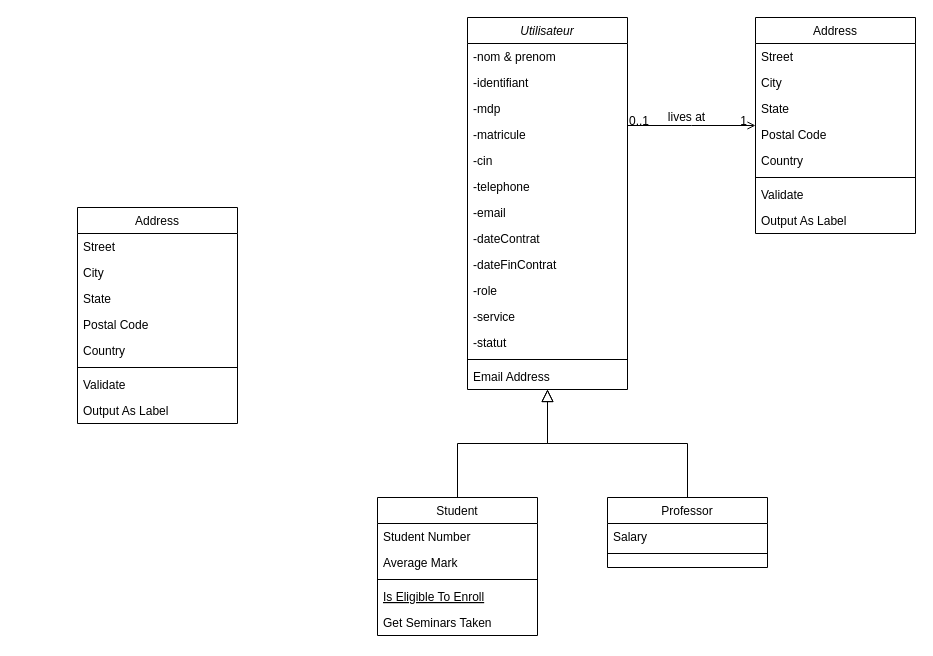
Earlier version of the draw.io diagram ClassDiagram.drawio (BARIGOU-Imane/Gestion-des-Ordres-de-Mission). Source tidied: cells renumbered, new cells numbered last; positions are measured from the earlier drawing's top-left corner, leaving out a move shared by most shapes. Both pictures are drawn from the tidied source at 100%, with x=0, y=0 at pixel (77, 17).
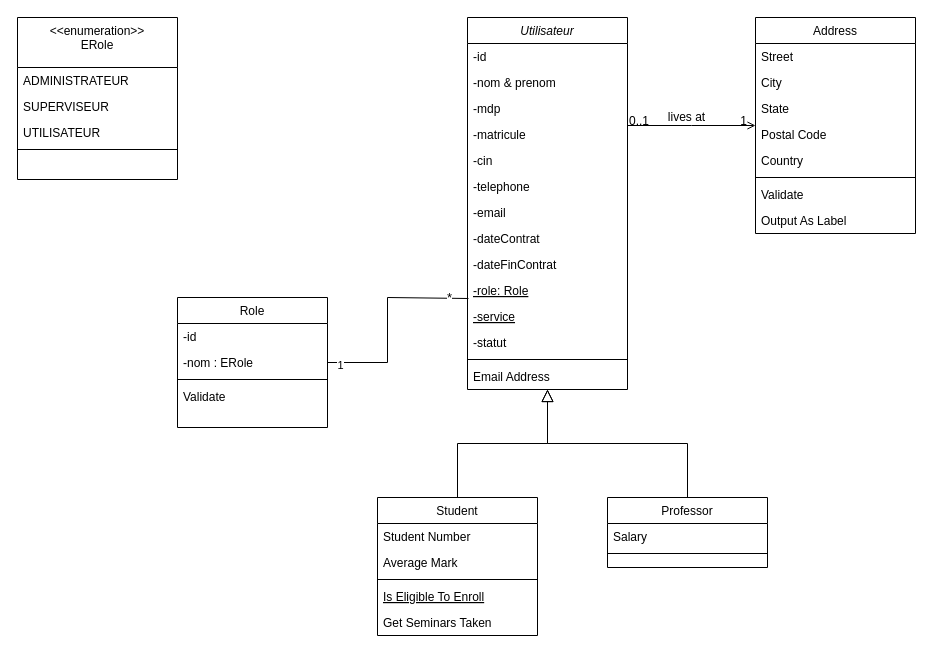
The same page after the edit.

The change refers to these unchanged cells:
```xml
<mxCell id="2" value="Utilisateur" style="swimlane;fontStyle=2;align=center;verticalAlign=top;horizontal=1;startSize=26;rounded=0;shadow=0;strokeWidth=1;" parent="1" vertex="1">
  <mxGeometry x="390" width="160" height="372" as="geometry" />
</mxCell>
```

The edit, as a diff of the source:
```diff
@@
+    <mxCell id="4" value="-id" style="text;align=left;verticalAlign=top;spacingLeft=4;spacingRight=4;overflow=hidden;rounded=0;shadow=0;html=0;" parent="2" vertex="1">
+      <mxGeometry y="26" width="160" height="26" as="geometry" />
+    </mxCell>
     <mxCell id="3" value="-nom &amp; prenom" style="text;align=left;verticalAlign=top;spacingLeft=4;spacingRight=4;overflow=hidden;" parent="2" vertex="1">
-      <mxGeometry y="26" width="160" height="26" as="geometry" />
+      <mxGeometry y="52" width="160" height="26" as="geometry" />
     </mxCell>
-    <mxCell id="4" value="-identifiant" style="text;align=left;verticalAlign=top;spacingLeft=4;spacingRight=4;overflow=hidden;rounded=0;shadow=0;html=0;" parent="2" vertex="1">
-      <mxGeometry y="52" width="160" height="26" as="geometry" />
-    </mxCell>
@@
-    <mxCell id="12" value="-role" style="text;align=left;verticalAlign=top;spacingLeft=4;spacingRight=4;overflow=hidden;points=[[0,0.5],[1,0.5]];portConstraint=eastwest;" parent="2" vertex="1">
+    <mxCell id="12" value="-role: Role" style="text;align=left;verticalAlign=top;spacingLeft=4;spacingRight=4;overflow=hidden;points=[[0,0.5],[1,0.5]];portConstraint=eastwest;fontStyle=4;" parent="2" vertex="1">
       <mxGeometry y="260" width="160" height="26" as="geometry" />
     </mxCell>
-    <mxCell id="13" value="-service" style="text;align=left;verticalAlign=top;spacingLeft=4;spacingRight=4;overflow=hidden;" parent="2" vertex="1">
+    <mxCell id="13" value="-service" style="text;align=left;verticalAlign=top;spacingLeft=4;spacingRight=4;overflow=hidden;fontStyle=4;" parent="2" vertex="1">
       <mxGeometry y="286" width="160" height="26" as="geometry" />
     </mxCell>
@@
-    <mxCell id="41" value="Address" style="swimlane;fontStyle=0;align=center;verticalAlign=top;horizontal=1;startSize=26;rounded=0;shadow=0;strokeWidth=1;" parent="1" vertex="1">
-      <mxGeometry y="190" width="160" height="216" as="geometry" />
+    <mxCell id="41" value="Role" style="swimlane;fontStyle=0;align=center;verticalAlign=top;horizontal=1;startSize=26;rounded=0;shadow=0;strokeWidth=1;" parent="1" vertex="1">
+      <mxGeometry x="100" y="280" width="150" height="130" as="geometry" />
     </mxCell>
-    <mxCell id="42" value="Street" style="text;align=left;verticalAlign=top;spacingLeft=4;spacingRight=4;overflow=hidden;" parent="41" vertex="1">
-      <mxGeometry y="26" width="160" height="26" as="geometry" />
+    <mxCell id="42" value="-id" style="text;align=left;verticalAlign=top;spacingLeft=4;spacingRight=4;overflow=hidden;" parent="41" vertex="1">
+      <mxGeometry y="26" width="150" height="26" as="geometry" />
     </mxCell>
-    <mxCell id="43" value="City" style="text;align=left;verticalAlign=top;spacingLeft=4;spacingRight=4;overflow=hidden;points=[[0,0.5],[1,0.5]];portConstraint=eastwest;rounded=0;shadow=0;html=0;" parent="41" vertex="1">
-      <mxGeometry y="52" width="160" height="26" as="geometry" />
+    <mxCell id="43" value="-nom : ERole" style="text;align=left;verticalAlign=top;spacingLeft=4;spacingRight=4;overflow=hidden;points=[[0,0.5],[1,0.5]];portConstraint=eastwest;rounded=0;shadow=0;html=0;" parent="41" vertex="1">
+      <mxGeometry y="52" width="150" height="26" as="geometry" />
     </mxCell>
-    <mxCell id="44" value="State" style="text;align=left;verticalAlign=top;spacingLeft=4;spacingRight=4;overflow=hidden;rounded=0;shadow=0;html=0;" parent="41" vertex="1">
-      <mxGeometry y="78" width="160" height="26" as="geometry" />
-    </mxCell>
-    <mxCell id="45" value="Postal Code" style="text;align=left;verticalAlign=top;spacingLeft=4;spacingRight=4;overflow=hidden;rounded=0;shadow=0;html=0;" parent="41" vertex="1">
-      <mxGeometry y="104" width="160" height="26" as="geometry" />
-    </mxCell>
-    <mxCell id="46" value="Country" style="text;align=left;verticalAlign=top;spacingLeft=4;spacingRight=4;overflow=hidden;rounded=0;shadow=0;html=0;" parent="41" vertex="1">
-      <mxGeometry y="130" width="160" height="26" as="geometry" />
-    </mxCell>
     <mxCell id="47" style="line;html=1;strokeWidth=1;align=left;verticalAlign=middle;spacingTop=-1;spacingLeft=3;spacingRight=3;labelPosition=right;" parent="41" vertex="1">
-      <mxGeometry y="156" width="160" height="8" as="geometry" />
+      <mxGeometry y="78" width="150" height="8" as="geometry" />
     </mxCell>
     <mxCell id="48" value="Validate" style="text;align=left;verticalAlign=top;spacingLeft=4;spacingRight=4;overflow=hidden;" parent="41" vertex="1">
-      <mxGeometry y="164" width="160" height="26" as="geometry" />
+      <mxGeometry y="86" width="150" height="26" as="geometry" />
     </mxCell>
-    <mxCell id="49" value="Output As Label" style="text;align=left;verticalAlign=top;spacingLeft=4;spacingRight=4;overflow=hidden;" parent="41" vertex="1">
-      <mxGeometry y="190" width="160" height="26" as="geometry" />
-    </mxCell>
+    <mxCell id="50" value="&lt;&lt;enumeration&gt;&gt;&#10;ERole" style="swimlane;fontStyle=0;align=center;verticalAlign=top;horizontal=1;startSize=50;rounded=0;shadow=0;strokeWidth=1;" parent="1" vertex="1">
+      <mxGeometry x="-60" width="160" height="162" as="geometry" />
+    </mxCell>
+    <mxCell id="51" value="ADMINISTRATEUR" style="text;align=left;verticalAlign=top;spacingLeft=4;spacingRight=4;overflow=hidden;" parent="50" vertex="1">
+      <mxGeometry y="50" width="160" height="26" as="geometry" />
+    </mxCell>
+    <mxCell id="52" value="SUPERVISEUR" style="text;align=left;verticalAlign=top;spacingLeft=4;spacingRight=4;overflow=hidden;rounded=0;shadow=0;html=0;" parent="50" vertex="1">
+      <mxGeometry y="76" width="160" height="26" as="geometry" />
+    </mxCell>
+    <mxCell id="53" value="UTILISATEUR" style="text;align=left;verticalAlign=top;spacingLeft=4;spacingRight=4;overflow=hidden;rounded=0;shadow=0;html=0;" parent="50" vertex="1">
+      <mxGeometry y="102" width="160" height="26" as="geometry" />
+    </mxCell>
+    <mxCell id="54" style="line;html=1;strokeWidth=1;align=left;verticalAlign=middle;spacingTop=-1;spacingLeft=3;spacingRight=3;labelPosition=right;" parent="50" vertex="1">
+      <mxGeometry y="128" width="160" height="8" as="geometry" />
+    </mxCell>
+    <mxCell id="55" style="endArrow=none;html=1;rounded=0;exitX=1;exitY=0.5;exitDx=0;exitDy=0;entryX=0.006;entryY=0.808;entryDx=0;entryDy=0;entryPerimeter=0;" parent="1" edge="1" source="43" target="12">
+      <mxGeometry relative="1" as="geometry">
+        <Array as="points">
+          <mxPoint x="310" y="345" />
+          <mxPoint x="310" y="280" />
+        </Array>
+      </mxGeometry>
+    </mxCell>
+    <mxCell id="56" value="1" style="edgeLabel;html=1;align=center;verticalAlign=middle;" parent="55" vertex="1">
+      <mxGeometry x="-0.88" y="-2" relative="1" as="geometry" />
+    </mxCell>
+    <mxCell id="57" value="&lt;font style=&quot;font-size: 13px;&quot;&gt;*&lt;/font&gt;" style="edgeLabel;html=1;align=center;verticalAlign=middle;" parent="55" vertex="1">
+      <mxGeometry x="0.82" y="-2" relative="1" as="geometry">
+        <mxPoint y="-3" as="offset" />
+      </mxGeometry>
+    </mxCell>
```
